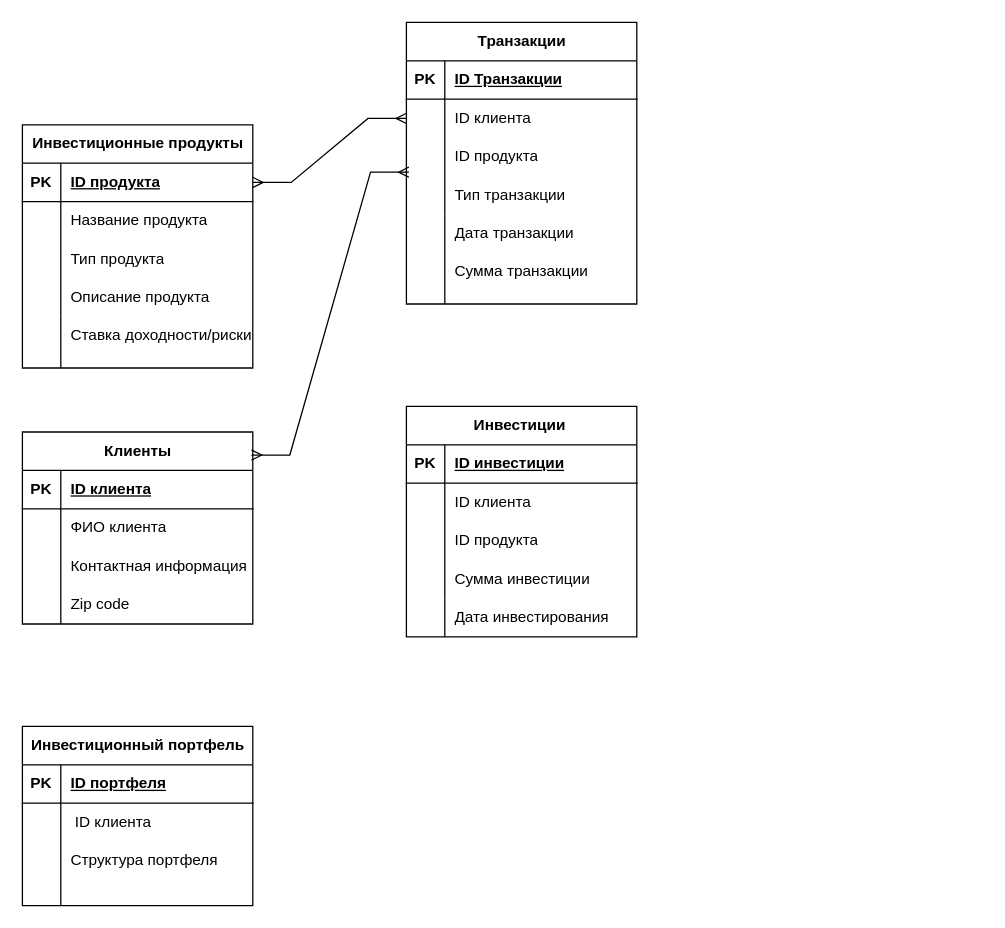
Before: Диаграмма без названия.drawio in Tredz01/_DataBases_ArtemSaponenko, a draw.io diagram. Source tidied: cells renumbered, new cells numbered last; positions are measured from the earlier drawing's top-left corner, leaving out a move shared by most shapes. Both pictures are drawn from the tidied source at 128%, with x=0, y=0 at pixel (22, 22).
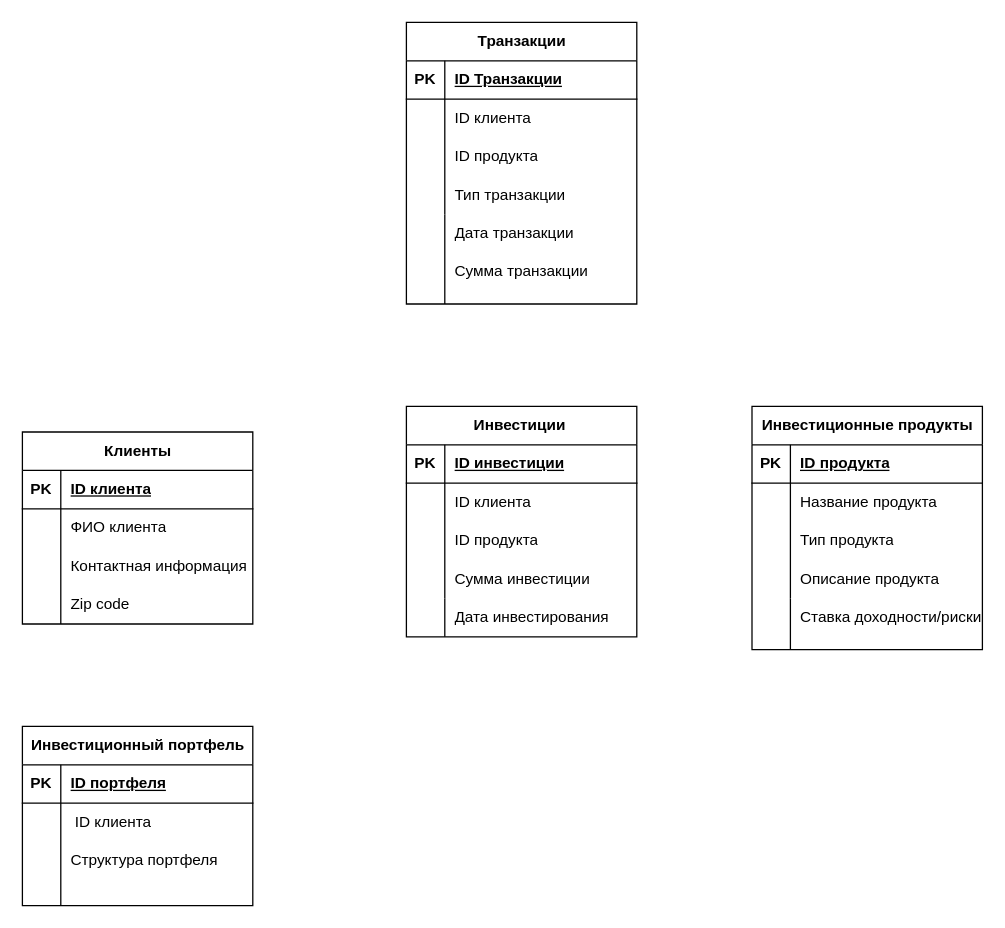
Above is the later version.

The change refers to these unchanged cells:
```xml
<mxCell id="2" value="Клиенты" style="shape=table;startSize=30;childLayout=tableLayout;rowLines=0;fontStyle=1;align=center;html=1;" parent="1" vertex="1">
  <mxGeometry y="320" width="180" height="150" as="geometry" />
</mxCell>
<mxCell id="16" style="shape=tableRow;horizontal=0;startSize=0;swimlaneHead=0;swimlaneBody=0;fillColor=none;points=[[0,0.5],[1,0.5]];portConstraint=eastwest;top=0;left=0;right=0;bottom=1;" parent="15" vertex="1">
  <mxGeometry y="30" width="180" height="30" as="geometry" />
</mxCell>
<mxCell id="68" style="shape=tableRow;horizontal=0;startSize=0;swimlaneHead=0;swimlaneBody=0;fillColor=none;points=[[0,0.5],[1,0.5]];portConstraint=eastwest;top=0;left=0;right=0;bottom=0;" parent="64" vertex="1">
  <mxGeometry y="60" width="180" height="30" as="geometry" />
</mxCell>
<mxCell id="74" style="shape=tableRow;horizontal=0;startSize=0;swimlaneHead=0;swimlaneBody=0;fillColor=none;points=[[0,0.5],[1,0.5]];portConstraint=eastwest;top=0;left=0;right=0;bottom=0;" parent="64" vertex="1">
  <mxGeometry y="120" width="180" height="30" as="geometry" />
</mxCell>
```

The edit, as a diff of the source:
```diff
@@
     <mxCell id="15" value="Инвестиционные продукты" style="shape=table;startSize=30;childLayout=tableLayout;rowLines=0;fontStyle=1;align=center;html=1;" parent="1" vertex="1">
-      <mxGeometry y="80" width="180" height="190" as="geometry" />
+      <mxGeometry x="570" y="300" width="180" height="190" as="geometry" />
     </mxCell>
@@
     <mxCell id="28" value="Ставка доходности/риски" style="shape=partialRectangle;fillColor=none;top=0;left=0;bottom=0;right=0;align=left;spacingLeft=6;overflow=hidden;whiteSpace=wrap;html=1;" parent="1" vertex="1">
-      <mxGeometry x="30" y="230" width="150" height="30" as="geometry" />
+      <mxGeometry x="600" y="450" width="150" height="30" as="geometry" />
     </mxCell>
     <mxCell id="29" style="endArrow=none;html=1;rounded=0;" parent="1" edge="1">
       <mxGeometry relative="1" as="geometry">
-        <mxPoint x="30" y="270" as="sourcePoint" />
-        <mxPoint x="30" y="230" as="targetPoint" />
+        <mxPoint x="600" y="490" as="sourcePoint" />
+        <mxPoint x="600" y="450" as="targetPoint" />
       </mxGeometry>
     </mxCell>
@@
-    <mxCell id="79" style="edgeStyle=entityRelationEdgeStyle;fontSize=12;html=1;endArrow=ERmany;startArrow=ERmany;rounded=0;exitX=0.994;exitY=0.12;exitDx=0;exitDy=0;exitPerimeter=0;entryX=0.011;entryY=-0.1;entryDx=0;entryDy=0;entryPerimeter=0;" parent="1" edge="1" source="2" target="74">
-      <mxGeometry relative="1" as="geometry" />
-    </mxCell>
-    <mxCell id="80" style="edgeStyle=entityRelationEdgeStyle;fontSize=12;html=1;endArrow=ERmany;startArrow=ERmany;rounded=0;exitX=1;exitY=0.5;exitDx=0;exitDy=0;entryX=0;entryY=0.5;entryDx=0;entryDy=0;" parent="1" edge="1" source="16" target="68">
-      <mxGeometry relative="1" as="geometry" />
-    </mxCell>
```
